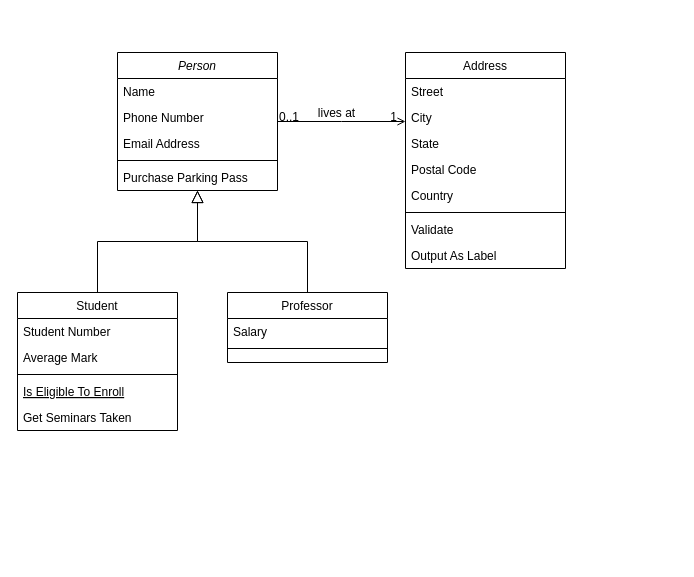
Earlier version of the draw.io diagram designclassdiagram.drawio (LordDdanielHan/test). Source tidied: cells renumbered, new cells numbered last; positions are measured from the earlier drawing's top-left corner, leaving out a move shared by most shapes. Both pictures are drawn from the tidied source at 100%, with x=0, y=0 at pixel (17, 52).
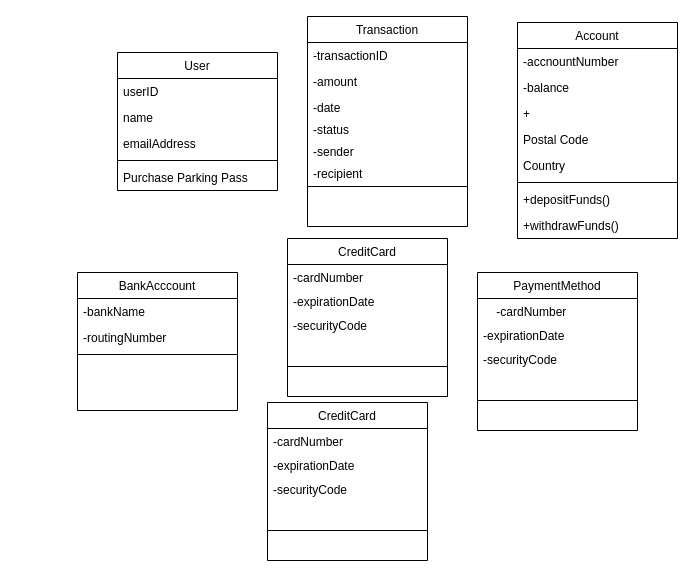
Above is the later version.

Diff of the diagram source:
```diff
@@
-    <mxCell id="2" value="Person" style="swimlane;fontStyle=2;align=center;verticalAlign=top;horizontal=1;startSize=26;rounded=0;shadow=0;strokeWidth=1;" parent="1" vertex="1">
+    <mxCell id="2" value="User" style="swimlane;fontStyle=0;align=center;verticalAlign=top;horizontal=1;startSize=26;rounded=0;shadow=0;strokeWidth=1;" parent="1" vertex="1">
       <mxGeometry x="100" width="160" height="138" as="geometry" />
     </mxCell>
-    <mxCell id="3" value="Name" style="text;align=left;verticalAlign=top;spacingLeft=4;spacingRight=4;overflow=hidden;" parent="2" vertex="1">
+    <mxCell id="3" value="userID" style="text;align=left;verticalAlign=top;spacingLeft=4;spacingRight=4;overflow=hidden;" parent="2" vertex="1">
       <mxGeometry y="26" width="160" height="26" as="geometry" />
     </mxCell>
-    <mxCell id="4" value="Phone Number" style="text;align=left;verticalAlign=top;spacingLeft=4;spacingRight=4;overflow=hidden;rounded=0;shadow=0;html=0;" parent="2" vertex="1">
+    <mxCell id="4" value="name" style="text;align=left;verticalAlign=top;spacingLeft=4;spacingRight=4;overflow=hidden;rounded=0;shadow=0;html=0;" parent="2" vertex="1">
       <mxGeometry y="52" width="160" height="26" as="geometry" />
     </mxCell>
-    <mxCell id="5" value="Email Address" style="text;align=left;verticalAlign=top;spacingLeft=4;spacingRight=4;overflow=hidden;rounded=0;shadow=0;html=0;" parent="2" vertex="1">
+    <mxCell id="5" value="emailAddress" style="text;align=left;verticalAlign=top;spacingLeft=4;spacingRight=4;overflow=hidden;rounded=0;shadow=0;html=0;" parent="2" vertex="1">
       <mxGeometry y="78" width="160" height="26" as="geometry" />
     </mxCell>
@@
-    <mxCell id="8" value="Student" style="swimlane;fontStyle=0;align=center;verticalAlign=top;horizontal=1;startSize=26;rounded=0;shadow=0;strokeWidth=1;" parent="1" vertex="1">
-      <mxGeometry y="240" width="160" height="138" as="geometry" />
+    <mxCell id="8" value="BankAcccount" style="swimlane;fontStyle=0;align=center;verticalAlign=top;horizontal=1;startSize=26;rounded=0;shadow=0;strokeWidth=1;" parent="1" vertex="1">
+      <mxGeometry x="60" y="220" width="160" height="138" as="geometry" />
     </mxCell>
-    <mxCell id="9" value="Student Number" style="text;align=left;verticalAlign=top;spacingLeft=4;spacingRight=4;overflow=hidden;" parent="8" vertex="1">
+    <mxCell id="9" value="-bankName" style="text;align=left;verticalAlign=top;spacingLeft=4;spacingRight=4;overflow=hidden;" parent="8" vertex="1">
       <mxGeometry y="26" width="160" height="26" as="geometry" />
     </mxCell>
-    <mxCell id="10" value="Average Mark" style="text;align=left;verticalAlign=top;spacingLeft=4;spacingRight=4;overflow=hidden;rounded=0;shadow=0;html=0;" parent="8" vertex="1">
+    <mxCell id="10" value="-routingNumber" style="text;align=left;verticalAlign=top;spacingLeft=4;spacingRight=4;overflow=hidden;rounded=0;shadow=0;html=0;" parent="8" vertex="1">
       <mxGeometry y="52" width="160" height="26" as="geometry" />
     </mxCell>
@@
-    <mxCell id="12" value="Is Eligible To Enroll" style="text;align=left;verticalAlign=top;spacingLeft=4;spacingRight=4;overflow=hidden;fontStyle=4;" parent="8" vertex="1">
-      <mxGeometry y="86" width="160" height="26" as="geometry" />
-    </mxCell>
-    <mxCell id="13" value="Get Seminars Taken" style="text;align=left;verticalAlign=top;spacingLeft=4;spacingRight=4;overflow=hidden;" parent="8" vertex="1">
-      <mxGeometry y="112" width="160" height="26" as="geometry" />
-    </mxCell>
-    <mxCell id="14" style="endArrow=block;endSize=10;endFill=0;shadow=0;strokeWidth=1;rounded=0;edgeStyle=elbowEdgeStyle;elbow=vertical;" parent="1" edge="1" source="8" target="2">
-      <mxGeometry relative="1" as="geometry" />
-    </mxCell>
-    <mxCell id="15" value="Professor" style="swimlane;fontStyle=0;align=center;verticalAlign=top;horizontal=1;startSize=26;rounded=0;shadow=0;strokeWidth=1;" parent="1" vertex="1">
-      <mxGeometry x="210" y="240" width="160" height="70" as="geometry" />
+    <mxCell id="15" value="CreditCard" style="swimlane;fontStyle=0;align=center;verticalAlign=top;horizontal=1;startSize=26;rounded=0;shadow=0;strokeWidth=1;" parent="1" vertex="1">
+      <mxGeometry x="270" y="186" width="160" height="158" as="geometry" />
     </mxCell>
-    <mxCell id="16" value="Salary" style="text;align=left;verticalAlign=top;spacingLeft=4;spacingRight=4;overflow=hidden;" parent="15" vertex="1">
-      <mxGeometry y="26" width="160" height="26" as="geometry" />
+    <mxCell id="16" value="-cardNumber" style="text;align=left;verticalAlign=top;spacingLeft=4;spacingRight=4;overflow=hidden;" parent="15" vertex="1">
+      <mxGeometry y="26" width="160" height="24" as="geometry" />
     </mxCell>
+    <mxCell id="32" value="-expirationDate" style="text;align=left;verticalAlign=top;spacingLeft=4;spacingRight=4;overflow=hidden;" parent="15" vertex="1">
+      <mxGeometry y="50" width="160" height="24" as="geometry" />
+    </mxCell>
+    <mxCell id="33" value="-securityCode" style="text;align=left;verticalAlign=top;spacingLeft=4;spacingRight=4;overflow=hidden;" parent="15" vertex="1">
+      <mxGeometry y="74" width="160" height="24" as="geometry" />
+    </mxCell>
     <mxCell id="17" style="line;html=1;strokeWidth=1;align=left;verticalAlign=middle;spacingTop=-1;spacingLeft=3;spacingRight=3;labelPosition=right;" parent="15" vertex="1">
-      <mxGeometry y="52" width="160" height="8" as="geometry" />
+      <mxGeometry y="98" width="160" height="60" as="geometry" />
     </mxCell>
-    <mxCell id="18" style="endArrow=block;endSize=10;endFill=0;shadow=0;strokeWidth=1;rounded=0;edgeStyle=elbowEdgeStyle;elbow=vertical;" parent="1" edge="1" source="15" target="2">
-      <mxGeometry relative="1" as="geometry" />
-    </mxCell>
-    <mxCell id="19" value="Address" style="swimlane;fontStyle=0;align=center;verticalAlign=top;horizontal=1;startSize=26;rounded=0;shadow=0;strokeWidth=1;" parent="1" vertex="1">
-      <mxGeometry x="388" width="160" height="216" as="geometry" />
+    <mxCell id="19" value="Account" style="swimlane;fontStyle=0;align=center;verticalAlign=top;horizontal=1;startSize=26;rounded=0;shadow=0;strokeWidth=1;" parent="1" vertex="1">
+      <mxGeometry x="500" y="-30" width="160" height="216" as="geometry" />
     </mxCell>
-    <mxCell id="20" value="Street" style="text;align=left;verticalAlign=top;spacingLeft=4;spacingRight=4;overflow=hidden;" parent="19" vertex="1">
+    <mxCell id="20" value="-accnountNumber" style="text;align=left;verticalAlign=top;spacingLeft=4;spacingRight=4;overflow=hidden;" parent="19" vertex="1">
       <mxGeometry y="26" width="160" height="26" as="geometry" />
     </mxCell>
-    <mxCell id="21" value="City" style="text;align=left;verticalAlign=top;spacingLeft=4;spacingRight=4;overflow=hidden;rounded=0;shadow=0;html=0;" parent="19" vertex="1">
+    <mxCell id="21" value="-balance" style="text;align=left;verticalAlign=top;spacingLeft=4;spacingRight=4;overflow=hidden;rounded=0;shadow=0;html=0;" parent="19" vertex="1">
       <mxGeometry y="52" width="160" height="26" as="geometry" />
     </mxCell>
-    <mxCell id="22" value="State" style="text;align=left;verticalAlign=top;spacingLeft=4;spacingRight=4;overflow=hidden;rounded=0;shadow=0;html=0;" parent="19" vertex="1">
+    <mxCell id="22" value="+" style="text;align=left;verticalAlign=top;spacingLeft=4;spacingRight=4;overflow=hidden;rounded=0;shadow=0;html=0;" parent="19" vertex="1">
       <mxGeometry y="78" width="160" height="26" as="geometry" />
     </mxCell>
@@
-    <mxCell id="26" value="Validate" style="text;align=left;verticalAlign=top;spacingLeft=4;spacingRight=4;overflow=hidden;" parent="19" vertex="1">
+    <mxCell id="26" value="+depositFunds()" style="text;align=left;verticalAlign=top;spacingLeft=4;spacingRight=4;overflow=hidden;" parent="19" vertex="1">
       <mxGeometry y="164" width="160" height="26" as="geometry" />
     </mxCell>
-    <mxCell id="27" value="Output As Label" style="text;align=left;verticalAlign=top;spacingLeft=4;spacingRight=4;overflow=hidden;" parent="19" vertex="1">
+    <mxCell id="27" value="+withdrawFunds()" style="text;align=left;verticalAlign=top;spacingLeft=4;spacingRight=4;overflow=hidden;" parent="19" vertex="1">
       <mxGeometry y="190" width="160" height="26" as="geometry" />
     </mxCell>
-    <mxCell id="28" style="endArrow=open;shadow=0;strokeWidth=1;rounded=0;endFill=1;edgeStyle=elbowEdgeStyle;elbow=vertical;" parent="1" edge="1" source="2" target="19">
-      <mxGeometry x="0.5" y="41" relative="1" as="geometry">
-        <mxPoint x="-40" y="32" as="offset" />
-      </mxGeometry>
-    </mxCell>
-    <mxCell id="29" value="0..1" style="align=left;verticalAlign=bottom;labelBackgroundColor=none;fontSize=12;" parent="28" vertex="1">
-      <mxGeometry x="-1" relative="1" as="geometry">
-        <mxPoint y="4" as="offset" />
-      </mxGeometry>
-    </mxCell>
-    <mxCell id="30" value="1" style="align=right;verticalAlign=bottom;labelBackgroundColor=none;fontSize=12;" parent="28" vertex="1">
-      <mxGeometry x="1" relative="1" as="geometry">
-        <mxPoint x="-7" y="4" as="offset" />
-      </mxGeometry>
-    </mxCell>
-    <mxCell id="31" value="lives at" style="text;html=1;align=center;verticalAlign=middle;labelBackgroundColor=none;rounded=0;shadow=0;strokeWidth=1;fontSize=12;" parent="28" vertex="1">
-      <mxGeometry x="0.5" y="49" relative="1" as="geometry">
-        <mxPoint x="-38" y="40" as="offset" />
-      </mxGeometry>
-    </mxCell>
+    <mxCell id="34" value="Transaction" style="swimlane;fontStyle=0;align=center;verticalAlign=top;horizontal=1;startSize=26;rounded=0;shadow=0;strokeWidth=1;" parent="1" vertex="1">
+      <mxGeometry x="290" y="-36" width="160" height="210" as="geometry" />
+    </mxCell>
+    <mxCell id="35" value="-transactionID" style="text;align=left;verticalAlign=top;spacingLeft=4;spacingRight=4;overflow=hidden;" parent="34" vertex="1">
+      <mxGeometry y="26" width="160" height="26" as="geometry" />
+    </mxCell>
+    <mxCell id="36" value="-amount" style="text;align=left;verticalAlign=top;spacingLeft=4;spacingRight=4;overflow=hidden;rounded=0;shadow=0;html=0;" parent="34" vertex="1">
+      <mxGeometry y="52" width="160" height="26" as="geometry" />
+    </mxCell>
+    <mxCell id="37" value="-date&#10;" style="text;align=left;verticalAlign=top;spacingLeft=4;spacingRight=4;overflow=hidden;rounded=0;shadow=0;html=0;" parent="34" vertex="1">
+      <mxGeometry y="78" width="160" height="22" as="geometry" />
+    </mxCell>
+    <mxCell id="38" value="-status" style="text;align=left;verticalAlign=top;spacingLeft=4;spacingRight=4;overflow=hidden;rounded=0;shadow=0;html=0;" parent="34" vertex="1">
+      <mxGeometry y="100" width="160" height="22" as="geometry" />
+    </mxCell>
+    <mxCell id="39" value="-sender" style="text;align=left;verticalAlign=top;spacingLeft=4;spacingRight=4;overflow=hidden;rounded=0;shadow=0;html=0;" parent="34" vertex="1">
+      <mxGeometry y="122" width="160" height="22" as="geometry" />
+    </mxCell>
+    <mxCell id="40" value="-recipient" style="text;align=left;verticalAlign=top;spacingLeft=4;spacingRight=4;overflow=hidden;rounded=0;shadow=0;html=0;" parent="34" vertex="1">
+      <mxGeometry y="144" width="160" height="22" as="geometry" />
+    </mxCell>
+    <mxCell id="41" style="line;html=1;strokeWidth=1;align=left;verticalAlign=middle;spacingTop=-1;spacingLeft=3;spacingRight=3;labelPosition=right;" parent="34" vertex="1">
+      <mxGeometry y="166" width="160" height="8" as="geometry" />
+    </mxCell>
+    <mxCell id="42" value="CreditCard" style="swimlane;fontStyle=0;align=center;verticalAlign=top;horizontal=1;startSize=26;rounded=0;shadow=0;strokeWidth=1;" parent="1" vertex="1">
+      <mxGeometry x="250" y="350" width="160" height="158" as="geometry" />
+    </mxCell>
+    <mxCell id="43" value="-cardNumber" style="text;align=left;verticalAlign=top;spacingLeft=4;spacingRight=4;overflow=hidden;" parent="42" vertex="1">
+      <mxGeometry y="26" width="160" height="24" as="geometry" />
+    </mxCell>
+    <mxCell id="44" value="-expirationDate" style="text;align=left;verticalAlign=top;spacingLeft=4;spacingRight=4;overflow=hidden;" parent="42" vertex="1">
+      <mxGeometry y="50" width="160" height="24" as="geometry" />
+    </mxCell>
+    <mxCell id="45" value="-securityCode" style="text;align=left;verticalAlign=top;spacingLeft=4;spacingRight=4;overflow=hidden;" parent="42" vertex="1">
+      <mxGeometry y="74" width="160" height="24" as="geometry" />
+    </mxCell>
+    <mxCell id="46" style="line;html=1;strokeWidth=1;align=left;verticalAlign=middle;spacingTop=-1;spacingLeft=3;spacingRight=3;labelPosition=right;" parent="42" vertex="1">
+      <mxGeometry y="98" width="160" height="60" as="geometry" />
+    </mxCell>
+    <mxCell id="47" value="PaymentMethod" style="swimlane;fontStyle=0;align=center;verticalAlign=top;horizontal=1;startSize=26;rounded=0;shadow=0;strokeWidth=1;" parent="1" vertex="1">
+      <mxGeometry x="460" y="220" width="160" height="158" as="geometry" />
+    </mxCell>
+    <mxCell id="48" value="    -cardNumber" style="text;align=left;verticalAlign=top;spacingLeft=4;spacingRight=4;overflow=hidden;" parent="47" vertex="1">
+      <mxGeometry y="26" width="160" height="24" as="geometry" />
+    </mxCell>
+    <mxCell id="49" value="-expirationDate" style="text;align=left;verticalAlign=top;spacingLeft=4;spacingRight=4;overflow=hidden;" parent="47" vertex="1">
+      <mxGeometry y="50" width="160" height="24" as="geometry" />
+    </mxCell>
+    <mxCell id="50" value="-securityCode" style="text;align=left;verticalAlign=top;spacingLeft=4;spacingRight=4;overflow=hidden;" parent="47" vertex="1">
+      <mxGeometry y="74" width="160" height="24" as="geometry" />
+    </mxCell>
+    <mxCell id="51" style="line;html=1;strokeWidth=1;align=left;verticalAlign=middle;spacingTop=-1;spacingLeft=3;spacingRight=3;labelPosition=right;" parent="47" vertex="1">
+      <mxGeometry y="98" width="160" height="60" as="geometry" />
+    </mxCell>
```
